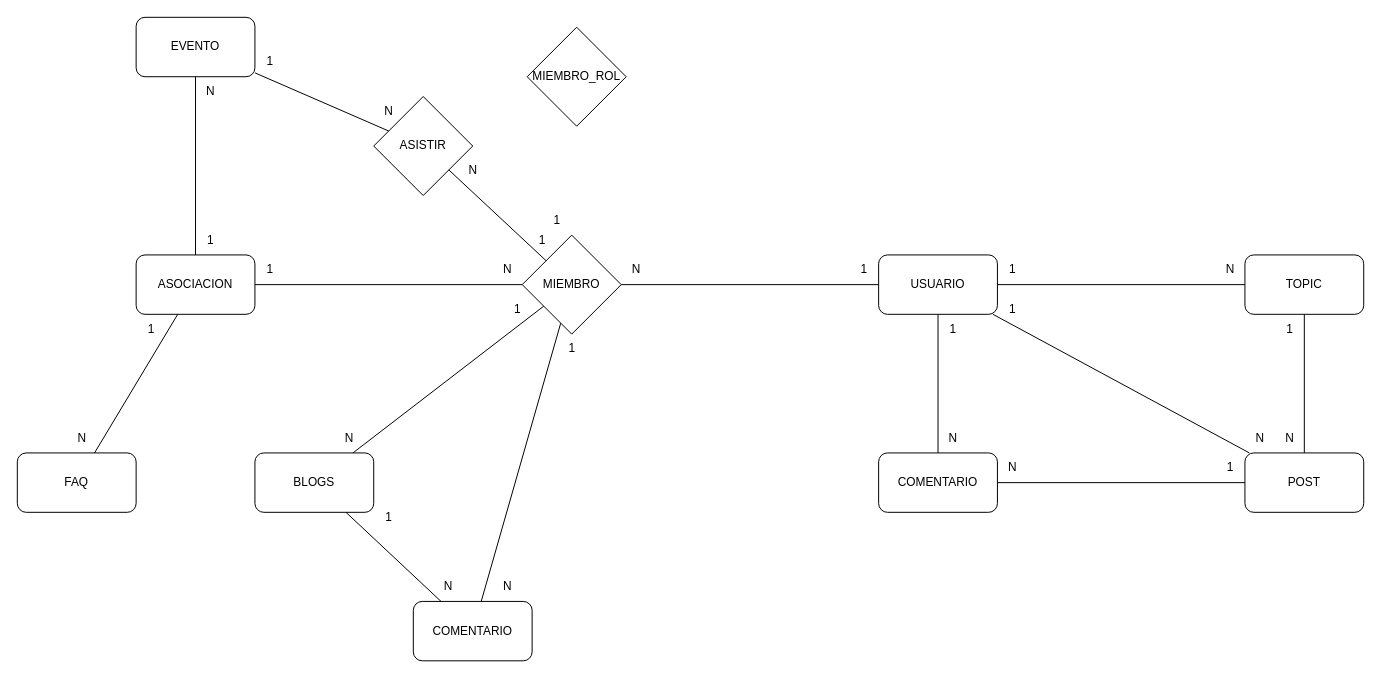
The draw.io diagram Base de Datos.drawio in NoeOrgaGutierrez/careconnect-back, before the edit. Source tidied: cells renumbered, new cells numbered last; positions are measured from the earlier drawing's top-left corner, leaving out a move shared by most shapes. Both pictures are drawn from the tidied source at 99%, with x=0, y=0 at pixel (17, 17).
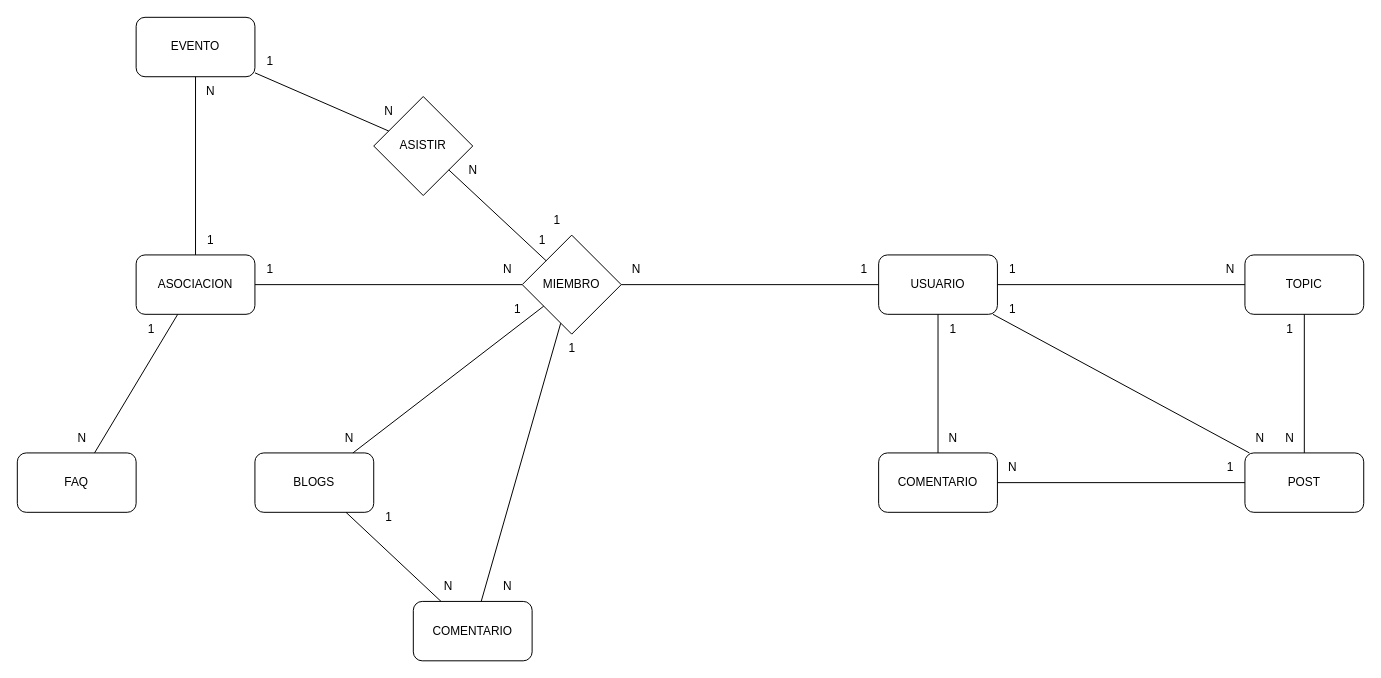
The same diagram, later.

Diff of the diagram source:
```diff
@@
-    <mxCell id="53" value="MIEMBRO_ROL" style="rhombus;whiteSpace=wrap;html=1;" parent="1" vertex="1">
-      <mxGeometry x="515" y="10" width="100" height="100" as="geometry" />
-    </mxCell>
```
